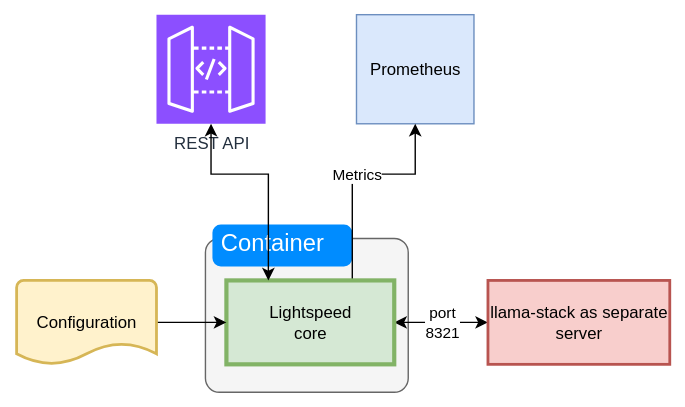
The draw.io diagram docs/user_doc/lcs_in_container.svg in lightspeed-core/lightspeed-stack, before a commit. Source tidied: cells renumbered, new cells last; positions are measured from the earlier drawing's top-left corner, leaving out a move shared by most shapes. The source it was exported from:
```xml
<mxGraphModel>
  <root>
    <mxCell id="0" />
    <mxCell id="1" parent="0" />
    <mxCell id="2" style="shape=mxgraph.mockup.containers.marginRect;rectMarginTop=10;strokeColor=#666666;strokeWidth=1;dashed=0;rounded=1;arcSize=5;html=1;whiteSpace=wrap;fillColor=#f5f5f5;fontColor=#333333;" parent="1" vertex="1">
      <mxGeometry x="135" y="150" width="145" height="120" as="geometry" />
    </mxCell>
    <mxCell id="3" value="Container" style="shape=rect;strokeColor=none;fillColor=#008cff;strokeWidth=1;dashed=0;rounded=1;arcSize=20;fontColor=#ffffff;fontSize=17;spacing=2;spacingTop=-2;align=left;spacingLeft=4;perimeter=none;html=1;whiteSpace=wrap;" parent="2" vertex="1">
      <mxGeometry x="5" width="100" height="30" as="geometry" />
    </mxCell>
    <mxCell id="4" value="Prometheus" style="rounded=0;whiteSpace=wrap;html=1;fillColor=#dae8fc;strokeColor=#6c8ebf;" parent="1" vertex="1">
      <mxGeometry x="243" width="84" height="78" as="geometry" />
    </mxCell>
    <mxCell id="5" value="REST API" style="sketch=0;points=[[0,0,0],[0.25,0,0],[0.5,0,0],[0.75,0,0],[1,0,0],[0,1,0],[0.25,1,0],[0.5,1,0],[0.75,1,0],[1,1,0],[0,0.25,0],[0,0.5,0],[0,0.75,0],[1,0.25,0],[1,0.5,0],[1,0.75,0]];outlineConnect=0;fontColor=#232F3E;fillColor=#8C4FFF;strokeColor=#ffffff;dashed=0;verticalLabelPosition=bottom;verticalAlign=top;align=center;html=1;fontSize=12;fontStyle=0;shape=mxgraph.aws4.resourceIcon;resIcon=mxgraph.aws4.api_gateway;" parent="1" vertex="1">
      <mxGeometry x="100" width="78" height="78" as="geometry" />
    </mxCell>
    <mxCell id="6" value="Metrics" style="edgeStyle=orthogonalEdgeStyle;rounded=0;jettySize=auto;html=1;" parent="1" edge="1" source="8" target="4">
      <mxGeometry relative="1" as="geometry">
        <Array as="points">
          <mxPoint x="240" y="114" />
          <mxPoint x="285" y="114" />
        </Array>
      </mxGeometry>
    </mxCell>
    <mxCell id="7" value="&lt;div&gt;port&lt;/div&gt;&lt;div&gt;8321&lt;/div&gt;" style="edgeStyle=orthogonalEdgeStyle;rounded=0;jettySize=auto;html=1;exitX=1;exitY=0.5;exitDx=0;exitDy=0;entryX=0;entryY=0.5;entryDx=0;entryDy=0;endArrow=classic;endFill=1;startArrow=classic;startFill=1;" parent="1" edge="1" source="8" target="10">
      <mxGeometry relative="1" as="geometry" />
    </mxCell>
    <mxCell id="8" value="Lightspeed&lt;br&gt;core" style="rounded=0;whiteSpace=wrap;html=1;fillColor=#d5e8d4;strokeColor=#82b366;strokeWidth=3;" parent="1" vertex="1">
      <mxGeometry x="150" y="190" width="120" height="60" as="geometry" />
    </mxCell>
    <mxCell id="9" style="edgeStyle=orthogonalEdgeStyle;rounded=0;jettySize=auto;html=1;entryX=0.5;entryY=1;entryDx=0;entryDy=0;entryPerimeter=0;startArrow=classic;startFill=1;" parent="1" edge="1" source="8" target="5">
      <mxGeometry relative="1" as="geometry">
        <Array as="points">
          <mxPoint x="180" y="114" />
          <mxPoint x="139" y="114" />
        </Array>
      </mxGeometry>
    </mxCell>
    <mxCell id="10" value="&lt;div&gt;llama-stack as separate server&lt;/div&gt;" style="rounded=0;whiteSpace=wrap;html=1;fillColor=#f8cecc;strokeColor=#b85450;strokeWidth=2;" parent="1" vertex="1">
      <mxGeometry x="337" y="190" width="130" height="60" as="geometry" />
    </mxCell>
    <mxCell id="11" style="edgeStyle=orthogonalEdgeStyle;rounded=0;jettySize=auto;html=1;" parent="1" edge="1" source="12" target="8">
      <mxGeometry relative="1" as="geometry" />
    </mxCell>
    <mxCell id="12" value="Configuration" style="strokeWidth=2;html=1;shape=mxgraph.flowchart.document2;whiteSpace=wrap;size=0.25;fillColor=#fff2cc;strokeColor=#d6b656;" parent="1" vertex="1">
      <mxGeometry y="190" width="100" height="60" as="geometry" />
    </mxCell>
  </root>
</mxGraphModel>
```
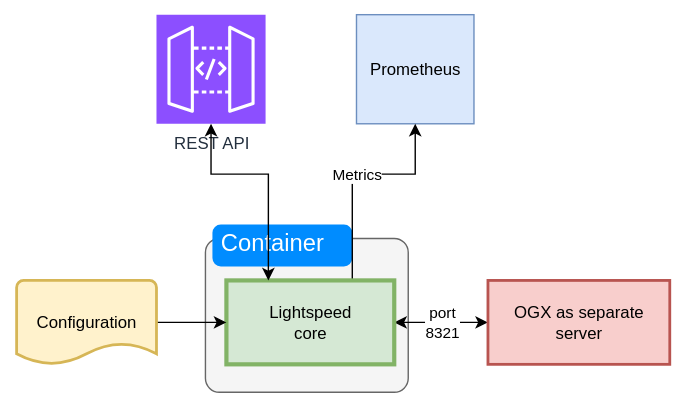
After the change.

The edit, as a diff of the source:
```diff
@@ -36,7 +36,7 @@
         </Array>
       </mxGeometry>
     </mxCell>
-    <mxCell id="10" value="&lt;div&gt;llama-stack as separate server&lt;/div&gt;" style="rounded=0;whiteSpace=wrap;html=1;fillColor=#f8cecc;strokeColor=#b85450;strokeWidth=2;" parent="1" vertex="1">
+    <mxCell id="10" value="&lt;div&gt;OGX as separate server&lt;/div&gt;" style="rounded=0;whiteSpace=wrap;html=1;fillColor=#f8cecc;strokeColor=#b85450;strokeWidth=2;" parent="1" vertex="1">
       <mxGeometry x="337" y="190" width="130" height="60" as="geometry" />
     </mxCell>
     <mxCell id="11" style="edgeStyle=orthogonalEdgeStyle;rounded=0;jettySize=auto;html=1;" parent="1" edge="1" source="12" target="8">
```
